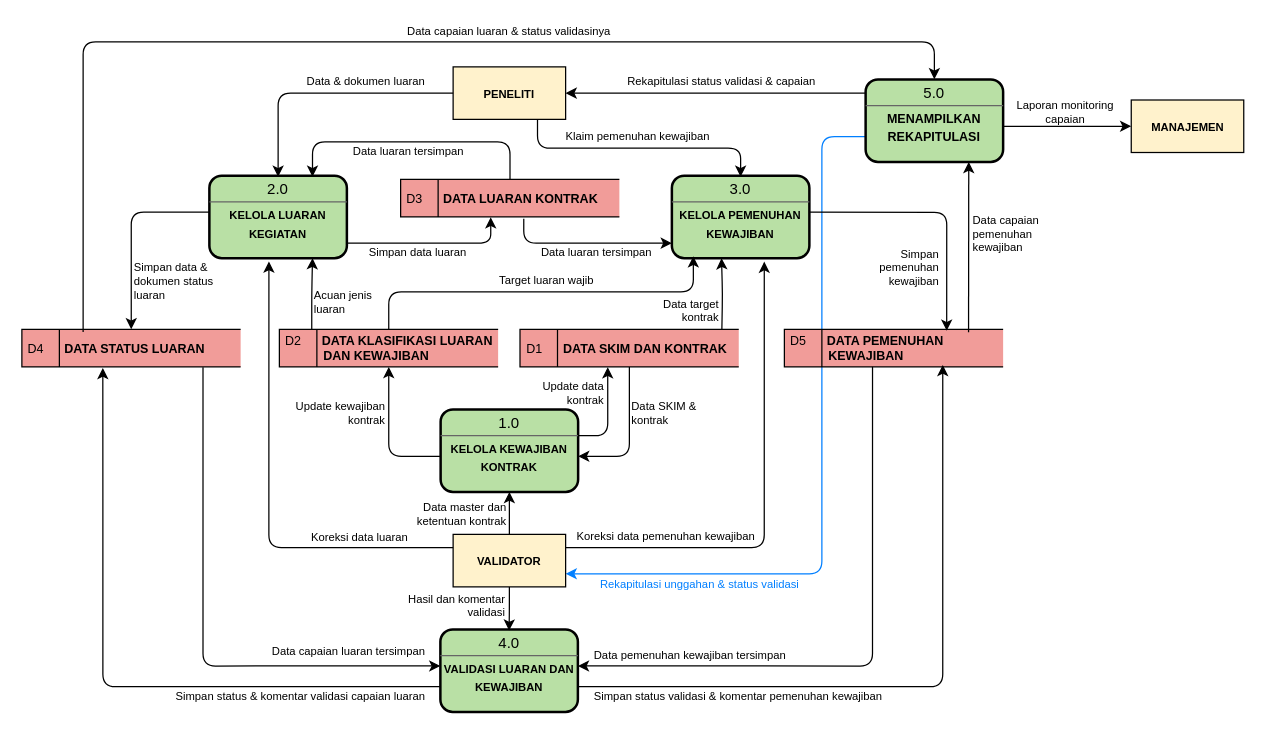
Before: page "level 0" (2 of 3) of Monitoring Luaran.drawio in krizal8749-ops/Ideabox, a draw.io diagram. Source tidied: cells renumbered, new cells numbered last; positions are measured from the earlier drawing's top-left corner, leaving out a move shared by most shapes. Both pictures are drawn from the tidied source at 125%, with x=0, y=0 at pixel (21, 21).
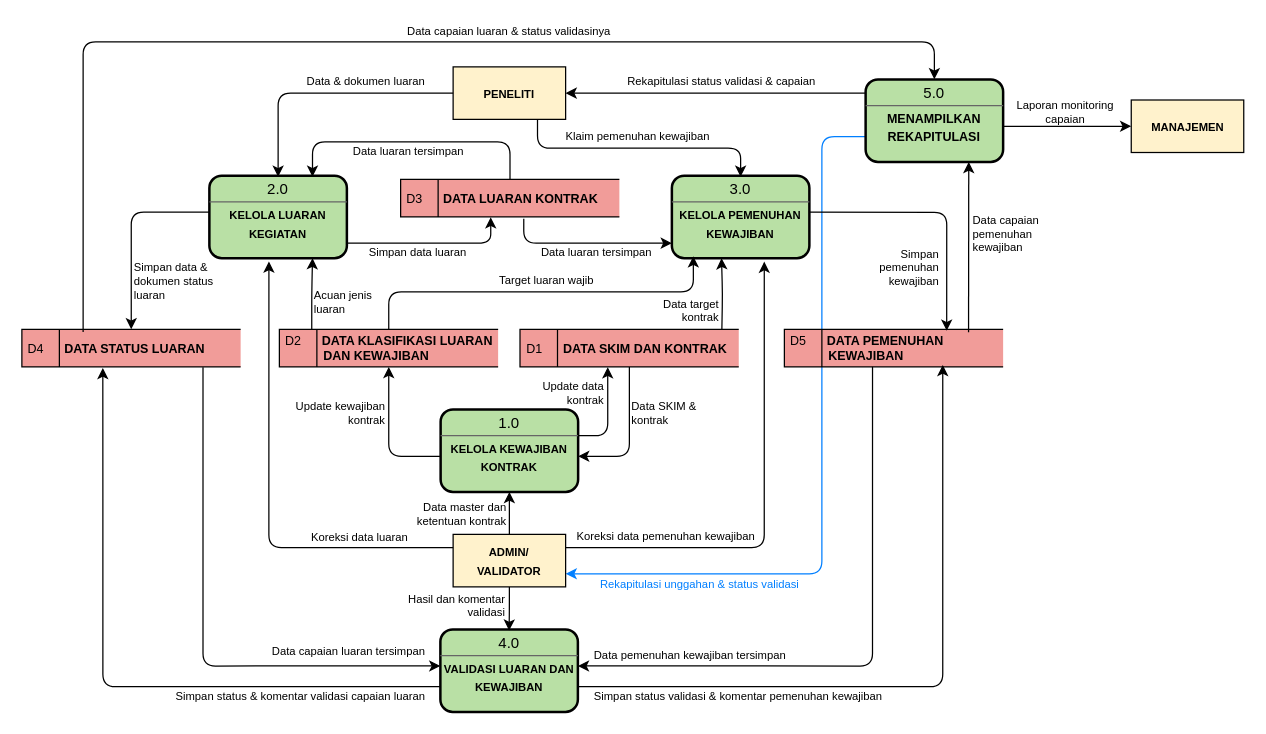
Above is the later version.

The edit, as a diff of the source:
```diff
@@
-    <mxCell id="3" value="&lt;font style=&quot;font-size: 9px;&quot;&gt;&lt;b style=&quot;&quot;&gt;VALIDATOR&lt;/b&gt;&lt;/font&gt;" style="html=1;dashed=0;whiteSpace=wrap;fillColor=#FFF2CC;" parent="1" vertex="1">
+    <mxCell id="3" value="&lt;font style=&quot;font-size: 9px;&quot;&gt;&lt;b style=&quot;&quot;&gt;ADMIN/&lt;/b&gt;&lt;/font&gt;&lt;div&gt;&lt;font style=&quot;font-size: 9px;&quot;&gt;&lt;b style=&quot;&quot;&gt;VALIDATOR&lt;/b&gt;&lt;/font&gt;&lt;/div&gt;" style="html=1;dashed=0;whiteSpace=wrap;fillColor=#FFF2CC;" parent="1" vertex="1">
       <mxGeometry x="345" y="410" width="90" height="42" as="geometry" />
     </mxCell>
```
